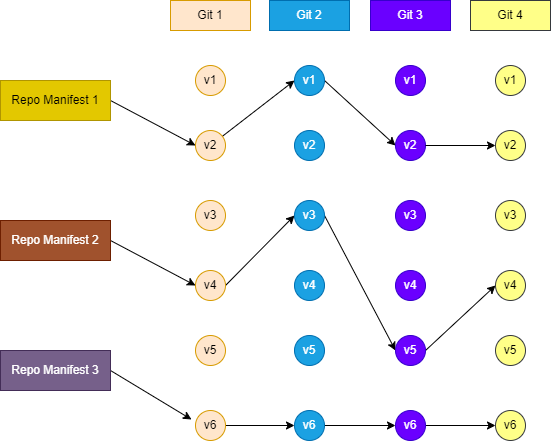
Killerpug/TheEmbeddedLinuxBook keeps this draw.io diagram as src/4-repo/diagram/manifest.drawio.png. Above is the earlier version. Source tidied: cells renumbered, new cells last; positions are measured from the earlier drawing's top-left corner, leaving out a move shared by most shapes.
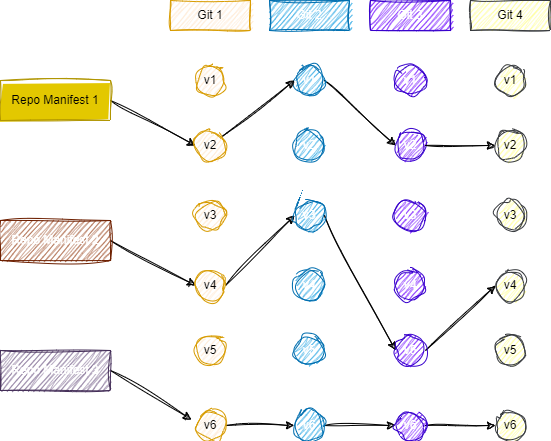
Later version of the same file.

The edit, as a diff of the source:
```diff
@@ -2,133 +2,133 @@
   <root>
     <mxCell id="0" />
     <mxCell id="1" parent="0" />
-    <mxCell id="2" value="Git 1" style="rounded=0;whiteSpace=wrap;html=1;fillColor=#ffe6cc;strokeColor=#d79b00;" parent="1" vertex="1">
+    <mxCell id="2" value="Git 1" style="rounded=0;whiteSpace=wrap;html=1;fillColor=#ffe6cc;strokeColor=#d79b00;sketch=1;curveFitting=1;jiggle=2;" parent="1" vertex="1">
       <mxGeometry x="170" width="80" height="30" as="geometry" />
     </mxCell>
-    <mxCell id="3" value="Git 2" style="rounded=0;whiteSpace=wrap;html=1;fillColor=#1ba1e2;fontColor=#ffffff;strokeColor=#006EAF;" parent="1" vertex="1">
+    <mxCell id="3" value="Git 2" style="rounded=0;whiteSpace=wrap;html=1;fillColor=#1ba1e2;fontColor=#ffffff;strokeColor=#006EAF;sketch=1;curveFitting=1;jiggle=2;" parent="1" vertex="1">
       <mxGeometry x="269" width="80" height="30" as="geometry" />
     </mxCell>
-    <mxCell id="4" value="Git 3" style="rounded=0;whiteSpace=wrap;html=1;fillColor=#6a00ff;fontColor=#ffffff;strokeColor=#3700CC;" parent="1" vertex="1">
+    <mxCell id="4" value="Git 3" style="rounded=0;whiteSpace=wrap;html=1;fillColor=#6a00ff;fontColor=#ffffff;strokeColor=#3700CC;sketch=1;curveFitting=1;jiggle=2;" parent="1" vertex="1">
       <mxGeometry x="370" width="80" height="30" as="geometry" />
     </mxCell>
-    <mxCell id="5" value="Git 4" style="rounded=0;whiteSpace=wrap;html=1;fillColor=#ffff88;strokeColor=#36393d;" parent="1" vertex="1">
+    <mxCell id="5" value="Git 4" style="rounded=0;whiteSpace=wrap;html=1;fillColor=#ffff88;strokeColor=#36393d;sketch=1;curveFitting=1;jiggle=2;" parent="1" vertex="1">
       <mxGeometry x="470" width="80" height="30" as="geometry" />
     </mxCell>
-    <mxCell id="6" style="rounded=0;jettySize=auto;html=1;exitX=1;exitY=0.5;exitDx=0;exitDy=0;entryX=0;entryY=0.5;entryDx=0;entryDy=0;" parent="1" edge="1" source="7" target="19">
+    <mxCell id="6" style="rounded=0;jettySize=auto;html=1;exitX=1;exitY=0.5;exitDx=0;exitDy=0;entryX=0;entryY=0.5;entryDx=0;entryDy=0;sketch=1;curveFitting=1;jiggle=2;" parent="1" edge="1" source="7" target="19">
       <mxGeometry relative="1" as="geometry" />
     </mxCell>
-    <mxCell id="7" value="Repo Manifest 1" style="rounded=0;whiteSpace=wrap;html=1;fillStyle=solid;fillColor=#e3c800;strokeColor=#B09500;fontColor=#000000;" parent="1" vertex="1">
+    <mxCell id="7" value="Repo Manifest 1" style="rounded=0;whiteSpace=wrap;html=1;fillStyle=solid;fillColor=#e3c800;strokeColor=#B09500;fontColor=#000000;sketch=1;curveFitting=1;jiggle=2;" parent="1" vertex="1">
       <mxGeometry y="80" width="110" height="40" as="geometry" />
     </mxCell>
-    <mxCell id="8" style="rounded=0;jettySize=auto;html=1;exitX=1;exitY=0.5;exitDx=0;exitDy=0;entryX=0;entryY=0.5;entryDx=0;entryDy=0;" parent="1" edge="1" source="9" target="21">
+    <mxCell id="8" style="rounded=0;jettySize=auto;html=1;exitX=1;exitY=0.5;exitDx=0;exitDy=0;entryX=0;entryY=0.5;entryDx=0;entryDy=0;sketch=1;curveFitting=1;jiggle=2;" parent="1" edge="1" source="9" target="21">
       <mxGeometry relative="1" as="geometry" />
     </mxCell>
-    <mxCell id="9" value="Repo Manifest 2" style="rounded=0;whiteSpace=wrap;html=1;fillColor=#a0522d;fontColor=#ffffff;strokeColor=#6D1F00;" parent="1" vertex="1">
+    <mxCell id="9" value="Repo Manifest 2" style="rounded=0;whiteSpace=wrap;html=1;fillColor=#a0522d;fontColor=#ffffff;strokeColor=#6D1F00;sketch=1;curveFitting=1;jiggle=2;" parent="1" vertex="1">
       <mxGeometry y="220" width="110" height="40" as="geometry" />
     </mxCell>
-    <mxCell id="10" style="rounded=0;jettySize=auto;html=1;exitX=1;exitY=0.5;exitDx=0;exitDy=0;entryX=-0.133;entryY=0.3;entryDx=0;entryDy=0;entryPerimeter=0;" parent="1" edge="1" source="11" target="24">
+    <mxCell id="10" style="rounded=0;jettySize=auto;html=1;exitX=1;exitY=0.5;exitDx=0;exitDy=0;entryX=-0.133;entryY=0.3;entryDx=0;entryDy=0;entryPerimeter=0;sketch=1;curveFitting=1;jiggle=2;" parent="1" edge="1" source="11" target="24">
       <mxGeometry relative="1" as="geometry" />
     </mxCell>
-    <mxCell id="11" value="Repo Manifest 3&lt;br&gt;" style="rounded=0;whiteSpace=wrap;html=1;fillColor=#76608a;fontColor=#ffffff;strokeColor=#432D57;" parent="1" vertex="1">
+    <mxCell id="11" value="Repo Manifest 3&lt;br&gt;" style="rounded=0;whiteSpace=wrap;html=1;fillColor=#76608a;fontColor=#ffffff;strokeColor=#432D57;sketch=1;curveFitting=1;jiggle=2;" parent="1" vertex="1">
       <mxGeometry y="350" width="110" height="40" as="geometry" />
     </mxCell>
-    <mxCell id="12" value="v1" style="ellipse;whiteSpace=wrap;html=1;fillColor=#ffe6cc;strokeColor=#d79b00;" parent="1" vertex="1">
+    <mxCell id="12" value="v1" style="ellipse;whiteSpace=wrap;html=1;fillColor=#ffe6cc;strokeColor=#d79b00;rounded=0;sketch=1;curveFitting=1;jiggle=2;" parent="1" vertex="1">
       <mxGeometry x="195" y="65" width="30" height="30" as="geometry" />
     </mxCell>
-    <mxCell id="13" style="rounded=0;jettySize=auto;html=1;exitX=1;exitY=0.5;exitDx=0;exitDy=0;entryX=0;entryY=0.5;entryDx=0;entryDy=0;" parent="1" edge="1" source="14" target="32">
+    <mxCell id="13" style="rounded=0;jettySize=auto;html=1;exitX=1;exitY=0.5;exitDx=0;exitDy=0;entryX=0;entryY=0.5;entryDx=0;entryDy=0;sketch=1;curveFitting=1;jiggle=2;" parent="1" edge="1" source="14" target="32">
       <mxGeometry relative="1" as="geometry" />
     </mxCell>
-    <mxCell id="14" value="v1" style="ellipse;whiteSpace=wrap;html=1;fillColor=#1ba1e2;fontColor=#ffffff;strokeColor=#006EAF;" parent="1" vertex="1">
+    <mxCell id="14" value="v1" style="ellipse;whiteSpace=wrap;html=1;fillColor=#1ba1e2;fontColor=#ffffff;strokeColor=#006EAF;rounded=0;sketch=1;curveFitting=1;jiggle=2;" parent="1" vertex="1">
       <mxGeometry x="294" y="65" width="30" height="30" as="geometry" />
     </mxCell>
-    <mxCell id="15" value="v1" style="ellipse;whiteSpace=wrap;html=1;fillColor=#6a00ff;fontColor=#ffffff;strokeColor=#3700CC;" parent="1" vertex="1">
+    <mxCell id="15" value="v1" style="ellipse;whiteSpace=wrap;html=1;fillColor=#6a00ff;fontColor=#ffffff;strokeColor=#3700CC;rounded=0;sketch=1;curveFitting=1;jiggle=2;" parent="1" vertex="1">
       <mxGeometry x="395" y="65" width="30" height="30" as="geometry" />
     </mxCell>
-    <mxCell id="16" value="v1" style="ellipse;whiteSpace=wrap;html=1;fillColor=#ffff88;strokeColor=#36393d;" parent="1" vertex="1">
+    <mxCell id="16" value="v1" style="ellipse;whiteSpace=wrap;html=1;fillColor=#ffff88;strokeColor=#36393d;rounded=0;sketch=1;curveFitting=1;jiggle=2;" parent="1" vertex="1">
       <mxGeometry x="495" y="65" width="30" height="30" as="geometry" />
     </mxCell>
-    <mxCell id="17" style="rounded=0;jettySize=auto;html=1;entryX=0;entryY=0.5;entryDx=0;entryDy=0;" parent="1" edge="1" source="19" target="14">
+    <mxCell id="17" style="rounded=0;jettySize=auto;html=1;entryX=0;entryY=0.5;entryDx=0;entryDy=0;sketch=1;curveFitting=1;jiggle=2;" parent="1" edge="1" source="19" target="14">
       <mxGeometry relative="1" as="geometry" />
     </mxCell>
-    <mxCell id="18" style="rounded=0;jettySize=auto;html=1;exitX=1;exitY=0.5;exitDx=0;exitDy=0;entryX=0;entryY=0.5;entryDx=0;entryDy=0;" parent="1" edge="1" source="21" target="27">
+    <mxCell id="18" style="rounded=0;jettySize=auto;html=1;exitX=1;exitY=0.5;exitDx=0;exitDy=0;entryX=0;entryY=0.5;entryDx=0;entryDy=0;sketch=1;curveFitting=1;jiggle=2;" parent="1" edge="1" source="21" target="27">
       <mxGeometry relative="1" as="geometry" />
     </mxCell>
-    <mxCell id="19" value="v2" style="ellipse;whiteSpace=wrap;html=1;fillColor=#ffe6cc;strokeColor=#d79b00;" parent="1" vertex="1">
+    <mxCell id="19" value="v2" style="ellipse;whiteSpace=wrap;html=1;fillColor=#ffe6cc;strokeColor=#d79b00;rounded=0;sketch=1;curveFitting=1;jiggle=2;" parent="1" vertex="1">
       <mxGeometry x="195" y="130" width="30" height="30" as="geometry" />
     </mxCell>
-    <mxCell id="20" value="v3" style="ellipse;whiteSpace=wrap;html=1;fillColor=#ffe6cc;strokeColor=#d79b00;" parent="1" vertex="1">
+    <mxCell id="20" value="v3" style="ellipse;whiteSpace=wrap;html=1;fillColor=#ffe6cc;strokeColor=#d79b00;rounded=0;sketch=1;curveFitting=1;jiggle=2;" parent="1" vertex="1">
       <mxGeometry x="195" y="200" width="30" height="30" as="geometry" />
     </mxCell>
-    <mxCell id="21" value="v4" style="ellipse;whiteSpace=wrap;html=1;fillColor=#ffe6cc;strokeColor=#d79b00;" parent="1" vertex="1">
+    <mxCell id="21" value="v4" style="ellipse;whiteSpace=wrap;html=1;fillColor=#ffe6cc;strokeColor=#d79b00;rounded=0;sketch=1;curveFitting=1;jiggle=2;" parent="1" vertex="1">
       <mxGeometry x="195" y="270" width="30" height="30" as="geometry" />
     </mxCell>
-    <mxCell id="22" value="v5" style="ellipse;whiteSpace=wrap;html=1;fillColor=#ffe6cc;strokeColor=#d79b00;" parent="1" vertex="1">
+    <mxCell id="22" value="v5" style="ellipse;whiteSpace=wrap;html=1;fillColor=#ffe6cc;strokeColor=#d79b00;rounded=0;sketch=1;curveFitting=1;jiggle=2;" parent="1" vertex="1">
       <mxGeometry x="195" y="335" width="30" height="30" as="geometry" />
     </mxCell>
-    <mxCell id="23" style="edgeStyle=orthogonalEdgeStyle;rounded=0;jettySize=auto;html=1;exitX=1;exitY=0.5;exitDx=0;exitDy=0;entryX=0;entryY=0.5;entryDx=0;entryDy=0;" parent="1" edge="1" source="24" target="31">
+    <mxCell id="23" style="edgeStyle=orthogonalEdgeStyle;rounded=0;jettySize=auto;html=1;exitX=1;exitY=0.5;exitDx=0;exitDy=0;entryX=0;entryY=0.5;entryDx=0;entryDy=0;sketch=1;curveFitting=1;jiggle=2;" parent="1" edge="1" source="24" target="31">
       <mxGeometry relative="1" as="geometry" />
     </mxCell>
-    <mxCell id="24" value="v6" style="ellipse;whiteSpace=wrap;html=1;fillColor=#ffe6cc;strokeColor=#d79b00;" parent="1" vertex="1">
+    <mxCell id="24" value="v6" style="ellipse;whiteSpace=wrap;html=1;fillColor=#ffe6cc;strokeColor=#d79b00;rounded=0;sketch=1;curveFitting=1;jiggle=2;" parent="1" vertex="1">
       <mxGeometry x="195" y="410" width="30" height="30" as="geometry" />
     </mxCell>
-    <mxCell id="25" value="v2" style="ellipse;whiteSpace=wrap;html=1;fillColor=#1ba1e2;fontColor=#ffffff;strokeColor=#006EAF;" parent="1" vertex="1">
+    <mxCell id="25" value="v2" style="ellipse;whiteSpace=wrap;html=1;fillColor=#1ba1e2;fontColor=#ffffff;strokeColor=#006EAF;rounded=0;sketch=1;curveFitting=1;jiggle=2;" parent="1" vertex="1">
       <mxGeometry x="294" y="130" width="30" height="30" as="geometry" />
     </mxCell>
-    <mxCell id="26" style="rounded=0;jettySize=auto;html=1;exitX=1;exitY=0.5;exitDx=0;exitDy=0;entryX=0;entryY=0.5;entryDx=0;entryDy=0;" parent="1" edge="1" source="27" target="37">
+    <mxCell id="26" style="rounded=0;jettySize=auto;html=1;exitX=1;exitY=0.5;exitDx=0;exitDy=0;entryX=0;entryY=0.5;entryDx=0;entryDy=0;sketch=1;curveFitting=1;jiggle=2;" parent="1" edge="1" source="27" target="37">
       <mxGeometry relative="1" as="geometry" />
     </mxCell>
-    <mxCell id="27" value="v3" style="ellipse;whiteSpace=wrap;html=1;fillColor=#1ba1e2;fontColor=#ffffff;strokeColor=#006EAF;" parent="1" vertex="1">
+    <mxCell id="27" value="v3" style="ellipse;whiteSpace=wrap;html=1;fillColor=#1ba1e2;fontColor=#ffffff;strokeColor=#006EAF;rounded=0;sketch=1;curveFitting=1;jiggle=2;" parent="1" vertex="1">
       <mxGeometry x="294" y="200" width="30" height="30" as="geometry" />
     </mxCell>
-    <mxCell id="28" value="v4" style="ellipse;whiteSpace=wrap;html=1;fillColor=#1ba1e2;fontColor=#ffffff;strokeColor=#006EAF;" parent="1" vertex="1">
+    <mxCell id="28" value="v4" style="ellipse;whiteSpace=wrap;html=1;fillColor=#1ba1e2;fontColor=#ffffff;strokeColor=#006EAF;rounded=0;sketch=1;curveFitting=1;jiggle=2;" parent="1" vertex="1">
       <mxGeometry x="294" y="270" width="30" height="30" as="geometry" />
     </mxCell>
-    <mxCell id="29" value="v5" style="ellipse;whiteSpace=wrap;html=1;fillColor=#1ba1e2;fontColor=#ffffff;strokeColor=#006EAF;" parent="1" vertex="1">
+    <mxCell id="29" value="v5" style="ellipse;whiteSpace=wrap;html=1;fillColor=#1ba1e2;fontColor=#ffffff;strokeColor=#006EAF;rounded=0;sketch=1;curveFitting=1;jiggle=2;" parent="1" vertex="1">
       <mxGeometry x="294" y="335" width="30" height="30" as="geometry" />
     </mxCell>
-    <mxCell id="30" style="edgeStyle=orthogonalEdgeStyle;rounded=0;jettySize=auto;html=1;exitX=1;exitY=0.5;exitDx=0;exitDy=0;entryX=0;entryY=0.5;entryDx=0;entryDy=0;" parent="1" edge="1" source="31" target="39">
+    <mxCell id="30" style="edgeStyle=orthogonalEdgeStyle;rounded=0;jettySize=auto;html=1;exitX=1;exitY=0.5;exitDx=0;exitDy=0;entryX=0;entryY=0.5;entryDx=0;entryDy=0;sketch=1;curveFitting=1;jiggle=2;" parent="1" edge="1" source="31" target="39">
       <mxGeometry relative="1" as="geometry" />
     </mxCell>
-    <mxCell id="31" value="v6" style="ellipse;whiteSpace=wrap;html=1;fillColor=#1ba1e2;fontColor=#ffffff;strokeColor=#006EAF;" parent="1" vertex="1">
+    <mxCell id="31" value="v6" style="ellipse;whiteSpace=wrap;html=1;fillColor=#1ba1e2;fontColor=#ffffff;strokeColor=#006EAF;rounded=0;sketch=1;curveFitting=1;jiggle=2;" parent="1" vertex="1">
       <mxGeometry x="294" y="410" width="30" height="30" as="geometry" />
     </mxCell>
-    <mxCell id="32" value="v2" style="ellipse;whiteSpace=wrap;html=1;fillColor=#6a00ff;fontColor=#ffffff;strokeColor=#3700CC;" parent="1" vertex="1">
+    <mxCell id="32" value="v2" style="ellipse;whiteSpace=wrap;html=1;fillColor=#6a00ff;fontColor=#ffffff;strokeColor=#3700CC;rounded=0;sketch=1;curveFitting=1;jiggle=2;" parent="1" vertex="1">
       <mxGeometry x="395" y="130" width="30" height="30" as="geometry" />
     </mxCell>
-    <mxCell id="33" style="rounded=0;jettySize=auto;html=1;exitX=1;exitY=0.5;exitDx=0;exitDy=0;entryX=0;entryY=0.5;entryDx=0;entryDy=0;" parent="1" edge="1" source="32" target="40">
+    <mxCell id="33" style="rounded=0;jettySize=auto;html=1;exitX=1;exitY=0.5;exitDx=0;exitDy=0;entryX=0;entryY=0.5;entryDx=0;entryDy=0;sketch=1;curveFitting=1;jiggle=2;" parent="1" edge="1" source="32" target="40">
       <mxGeometry relative="1" as="geometry" />
     </mxCell>
-    <mxCell id="34" style="rounded=0;jettySize=auto;html=1;exitX=1;exitY=0.5;exitDx=0;exitDy=0;entryX=0;entryY=0.5;entryDx=0;entryDy=0;" parent="1" edge="1" source="37" target="42">
+    <mxCell id="34" style="rounded=0;jettySize=auto;html=1;exitX=1;exitY=0.5;exitDx=0;exitDy=0;entryX=0;entryY=0.5;entryDx=0;entryDy=0;sketch=1;curveFitting=1;jiggle=2;" parent="1" edge="1" source="37" target="42">
       <mxGeometry relative="1" as="geometry" />
     </mxCell>
-    <mxCell id="35" value="v3" style="ellipse;whiteSpace=wrap;html=1;fillColor=#6a00ff;fontColor=#ffffff;strokeColor=#3700CC;" parent="1" vertex="1">
+    <mxCell id="35" value="v3" style="ellipse;whiteSpace=wrap;html=1;fillColor=#6a00ff;fontColor=#ffffff;strokeColor=#3700CC;rounded=0;sketch=1;curveFitting=1;jiggle=2;" parent="1" vertex="1">
       <mxGeometry x="395" y="200" width="30" height="30" as="geometry" />
     </mxCell>
-    <mxCell id="36" value="v4" style="ellipse;whiteSpace=wrap;html=1;fillColor=#6a00ff;fontColor=#ffffff;strokeColor=#3700CC;" parent="1" vertex="1">
+    <mxCell id="36" value="v4" style="ellipse;whiteSpace=wrap;html=1;fillColor=#6a00ff;fontColor=#ffffff;strokeColor=#3700CC;rounded=0;sketch=1;curveFitting=1;jiggle=2;" parent="1" vertex="1">
       <mxGeometry x="395" y="270" width="30" height="30" as="geometry" />
     </mxCell>
-    <mxCell id="37" value="v5" style="ellipse;whiteSpace=wrap;html=1;fillColor=#6a00ff;fontColor=#ffffff;strokeColor=#3700CC;" parent="1" vertex="1">
+    <mxCell id="37" value="v5" style="ellipse;whiteSpace=wrap;html=1;fillColor=#6a00ff;fontColor=#ffffff;strokeColor=#3700CC;rounded=0;sketch=1;curveFitting=1;jiggle=2;" parent="1" vertex="1">
       <mxGeometry x="395" y="335" width="30" height="30" as="geometry" />
     </mxCell>
-    <mxCell id="38" style="edgeStyle=orthogonalEdgeStyle;rounded=0;jettySize=auto;html=1;exitX=1;exitY=0.5;exitDx=0;exitDy=0;entryX=0;entryY=0.5;entryDx=0;entryDy=0;" parent="1" edge="1" source="39" target="44">
+    <mxCell id="38" style="edgeStyle=orthogonalEdgeStyle;rounded=0;jettySize=auto;html=1;exitX=1;exitY=0.5;exitDx=0;exitDy=0;entryX=0;entryY=0.5;entryDx=0;entryDy=0;sketch=1;curveFitting=1;jiggle=2;" parent="1" edge="1" source="39" target="44">
       <mxGeometry relative="1" as="geometry" />
     </mxCell>
-    <mxCell id="39" value="v6" style="ellipse;whiteSpace=wrap;html=1;fillColor=#6a00ff;fontColor=#ffffff;strokeColor=#3700CC;" parent="1" vertex="1">
+    <mxCell id="39" value="v6" style="ellipse;whiteSpace=wrap;html=1;fillColor=#6a00ff;fontColor=#ffffff;strokeColor=#3700CC;rounded=0;sketch=1;curveFitting=1;jiggle=2;" parent="1" vertex="1">
       <mxGeometry x="395" y="410" width="30" height="30" as="geometry" />
     </mxCell>
-    <mxCell id="40" value="v2" style="ellipse;whiteSpace=wrap;html=1;fillColor=#ffff88;strokeColor=#36393d;" parent="1" vertex="1">
+    <mxCell id="40" value="v2" style="ellipse;whiteSpace=wrap;html=1;fillColor=#ffff88;strokeColor=#36393d;rounded=0;sketch=1;curveFitting=1;jiggle=2;" parent="1" vertex="1">
       <mxGeometry x="495" y="130" width="30" height="30" as="geometry" />
     </mxCell>
-    <mxCell id="41" value="v3" style="ellipse;whiteSpace=wrap;html=1;fillColor=#ffff88;strokeColor=#36393d;" parent="1" vertex="1">
+    <mxCell id="41" value="v3" style="ellipse;whiteSpace=wrap;html=1;fillColor=#ffff88;strokeColor=#36393d;rounded=0;sketch=1;curveFitting=1;jiggle=2;" parent="1" vertex="1">
       <mxGeometry x="495" y="200" width="30" height="30" as="geometry" />
     </mxCell>
-    <mxCell id="42" value="v4" style="ellipse;whiteSpace=wrap;html=1;fillColor=#ffff88;strokeColor=#36393d;" parent="1" vertex="1">
+    <mxCell id="42" value="v4" style="ellipse;whiteSpace=wrap;html=1;fillColor=#ffff88;strokeColor=#36393d;rounded=0;sketch=1;curveFitting=1;jiggle=2;" parent="1" vertex="1">
       <mxGeometry x="495" y="270" width="30" height="30" as="geometry" />
     </mxCell>
-    <mxCell id="43" value="v5" style="ellipse;whiteSpace=wrap;html=1;fillColor=#ffff88;strokeColor=#36393d;" parent="1" vertex="1">
+    <mxCell id="43" value="v5" style="ellipse;whiteSpace=wrap;html=1;fillColor=#ffff88;strokeColor=#36393d;rounded=0;sketch=1;curveFitting=1;jiggle=2;" parent="1" vertex="1">
       <mxGeometry x="495" y="335" width="30" height="30" as="geometry" />
     </mxCell>
-    <mxCell id="44" value="v6" style="ellipse;whiteSpace=wrap;html=1;fillColor=#ffff88;strokeColor=#36393d;" parent="1" vertex="1">
+    <mxCell id="44" value="v6" style="ellipse;whiteSpace=wrap;html=1;fillColor=#ffff88;strokeColor=#36393d;rounded=0;sketch=1;curveFitting=1;jiggle=2;" parent="1" vertex="1">
       <mxGeometry x="495" y="410" width="30" height="30" as="geometry" />
     </mxCell>
   </root>
```
